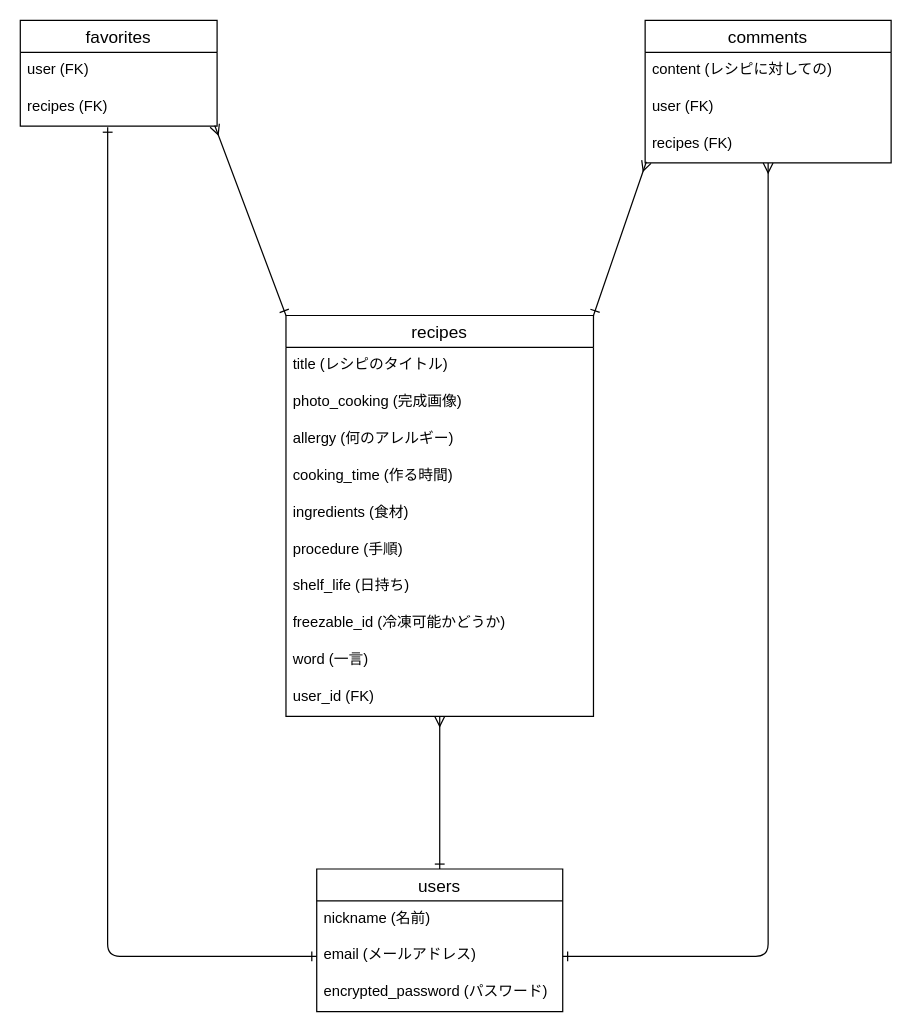
Before: original.dio in knskymsk/original-app, a draw.io diagram. Source tidied: cells renumbered, new cells numbered last; positions are measured from the earlier drawing's top-left corner, leaving out a move shared by most shapes. Both pictures are drawn from the tidied source at 123%, with x=0, y=0 at pixel (20, 20).
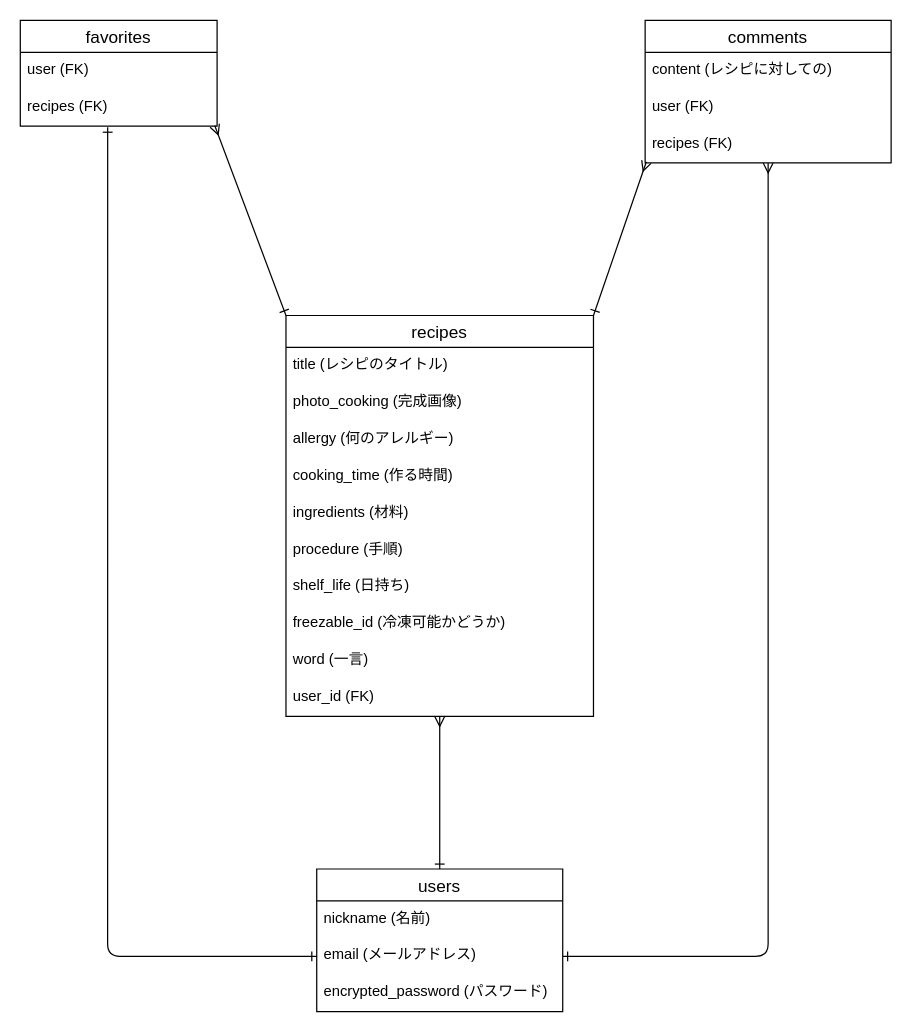
The same diagram, later.

Unchanged cells that the change refers to:
```xml
<mxCell id="2" value="recipes" style="swimlane;fontStyle=0;horizontal=1;startSize=26;align=center;fontSize=14;" parent="1" vertex="1">
  <mxGeometry x="216" y="240" width="250" height="326" as="geometry" />
</mxCell>
```

Diff of the diagram source:
```diff
@@
-    <mxCell id="7" value="ingredients (食材)" style="text;strokeColor=none;fillColor=none;spacingLeft=4;spacingRight=4;overflow=hidden;fontSize=12;" parent="2" vertex="1">
+    <mxCell id="7" value="ingredients (材料)" style="text;strokeColor=none;fillColor=none;spacingLeft=4;spacingRight=4;overflow=hidden;fontSize=12;" parent="2" vertex="1">
       <mxGeometry y="146" width="250" height="30" as="geometry" />
     </mxCell>
```
